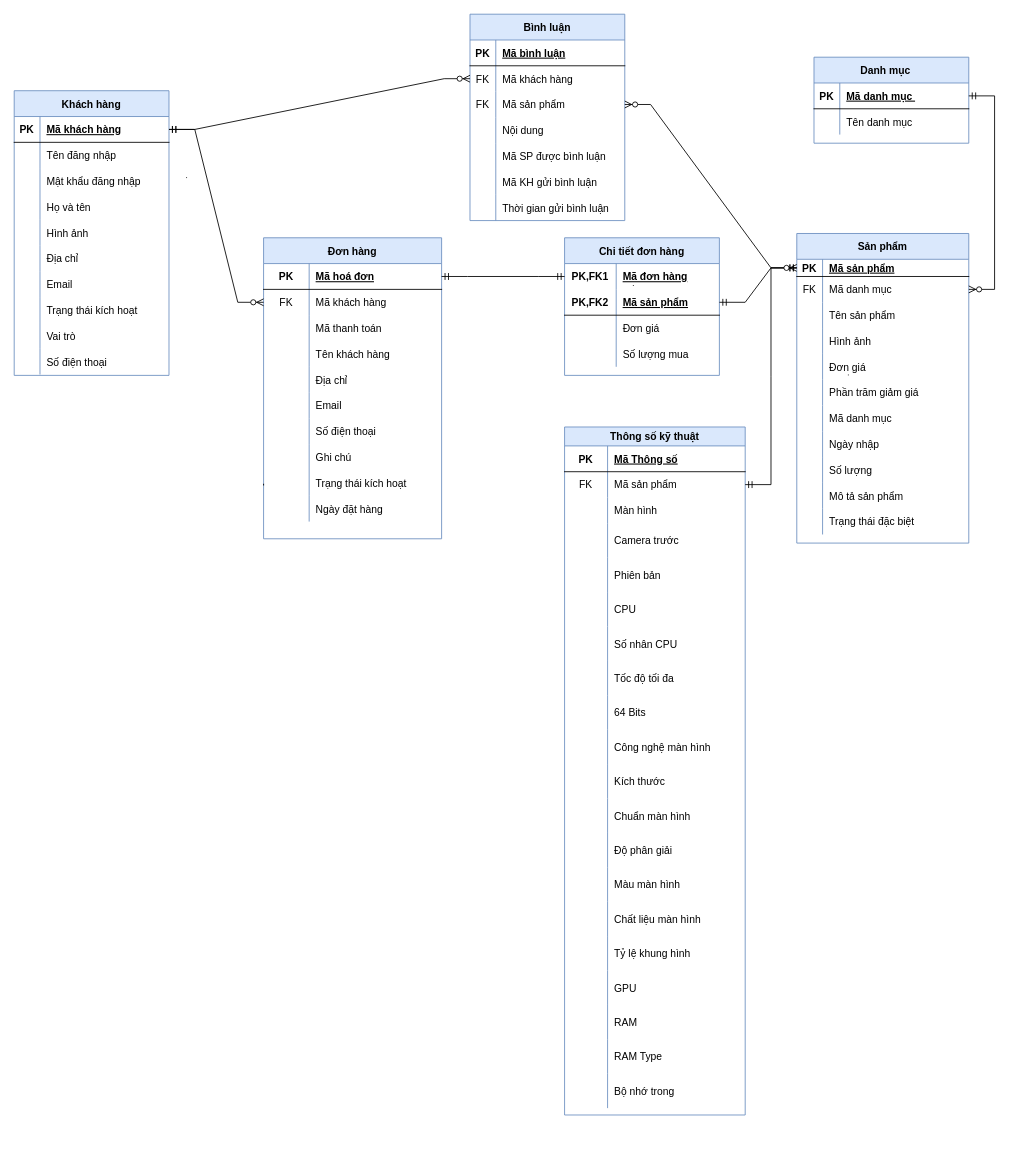
Before: Untitled Diagram.drawio in KhoantenKhoan/Team5, a draw.io diagram. Source tidied: cells renumbered, new cells numbered last; positions are measured from the earlier drawing's top-left corner, leaving out a move shared by most shapes. Both pictures are drawn from the tidied source at 86%, with x=0, y=0 at pixel (14, 14).
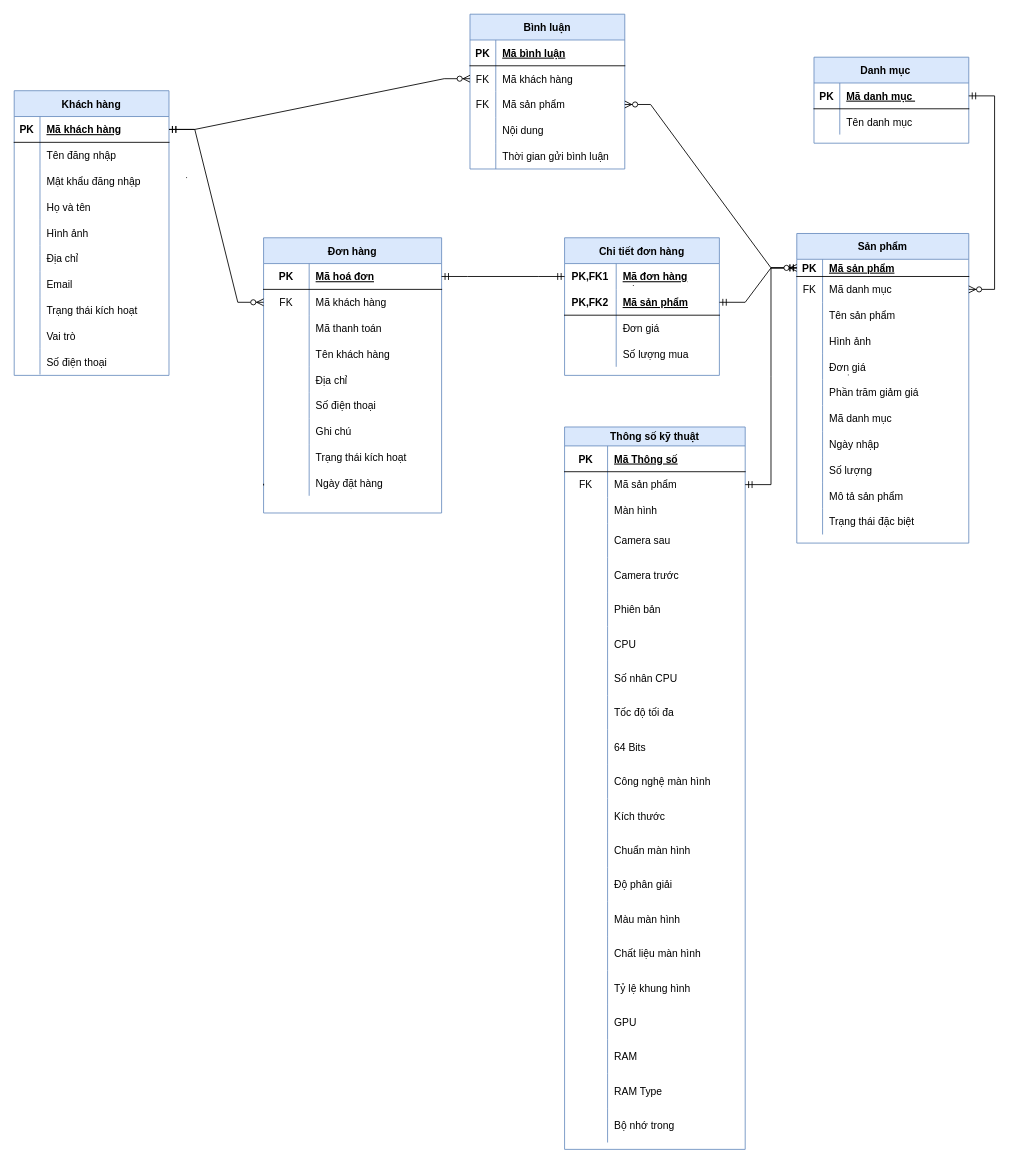
After the change.

Unchanged cells that the change refers to:
```xml
<mxCell id="12" style="shape=partialRectangle;fillColor=none;top=0;left=0;bottom=0;right=0;" parent="2" vertex="1">
  <mxGeometry y="112" width="210" height="40" as="geometry" />
</mxCell>
```

The edit, as a diff of the source:
```diff
@@
     <mxCell id="2" value="Thông số kỹ thuật" style="shape=table;startSize=22;childLayout=tableLayout;rowLines=0;fontStyle=1;align=center;fillColor=#dae8fc;strokeColor=#6c8ebf;" parent="1" vertex="1">
-      <mxGeometry x="640" y="480" width="210" height="800" as="geometry" />
+      <mxGeometry x="640" y="480" width="210" height="840" as="geometry" />
     </mxCell>
@@
-    <mxCell id="14" value="Camera trước" style="shape=partialRectangle;fillColor=none;top=0;left=0;bottom=0;right=0;align=left;spacingLeft=6;overflow=hidden;" parent="12" vertex="1">
+    <mxCell id="14" value="Camera sau" style="shape=partialRectangle;fillColor=none;top=0;left=0;bottom=0;right=0;align=left;spacingLeft=6;overflow=hidden;" parent="12" vertex="1">
       <mxGeometry x="50" width="160" height="40" as="geometry" />
     </mxCell>
+    <mxCell id="213" style="shape=partialRectangle;fillColor=none;top=0;left=0;bottom=0;right=0;" parent="2" vertex="1">
+      <mxGeometry y="152" width="210" height="40" as="geometry" />
+    </mxCell>
+    <mxCell id="214" style="shape=partialRectangle;fillColor=none;top=0;left=0;bottom=0;right=0;overflow=hidden;" parent="213" vertex="1">
+      <mxGeometry width="50" height="40" as="geometry" />
+    </mxCell>
+    <mxCell id="215" value="Camera trước" style="shape=partialRectangle;fillColor=none;top=0;left=0;bottom=0;right=0;align=left;spacingLeft=6;overflow=hidden;" parent="213" vertex="1">
+      <mxGeometry x="50" width="160" height="40" as="geometry" />
+    </mxCell>
     <mxCell id="15" style="shape=partialRectangle;fillColor=none;top=0;left=0;bottom=0;right=0;" parent="2" vertex="1">
-      <mxGeometry y="152" width="210" height="40" as="geometry" />
+      <mxGeometry y="192" width="210" height="40" as="geometry" />
     </mxCell>
@@
     <mxCell id="18" style="shape=partialRectangle;fillColor=none;top=0;left=0;bottom=0;right=0;" parent="2" vertex="1">
-      <mxGeometry y="192" width="210" height="40" as="geometry" />
+      <mxGeometry y="232" width="210" height="40" as="geometry" />
     </mxCell>
@@
     <mxCell id="21" style="shape=partialRectangle;fillColor=none;top=0;left=0;bottom=0;right=0;" parent="2" vertex="1">
-      <mxGeometry y="232" width="210" height="40" as="geometry" />
+      <mxGeometry y="272" width="210" height="40" as="geometry" />
     </mxCell>
@@
     <mxCell id="24" style="shape=partialRectangle;fillColor=none;top=0;left=0;bottom=0;right=0;" parent="2" vertex="1">
-      <mxGeometry y="272" width="210" height="40" as="geometry" />
+      <mxGeometry y="312" width="210" height="40" as="geometry" />
     </mxCell>
@@
     <mxCell id="27" style="shape=partialRectangle;fillColor=none;top=0;left=0;bottom=0;right=0;" parent="2" vertex="1">
-      <mxGeometry y="312" width="210" height="40" as="geometry" />
+      <mxGeometry y="352" width="210" height="40" as="geometry" />
     </mxCell>
@@
     <mxCell id="30" style="shape=partialRectangle;fillColor=none;top=0;left=0;bottom=0;right=0;" parent="2" vertex="1">
-      <mxGeometry y="352" width="210" height="40" as="geometry" />
+      <mxGeometry y="392" width="210" height="40" as="geometry" />
     </mxCell>
@@
     <mxCell id="33" style="shape=partialRectangle;fillColor=none;top=0;left=0;bottom=0;right=0;" parent="2" vertex="1">
-      <mxGeometry y="392" width="210" height="40" as="geometry" />
+      <mxGeometry y="432" width="210" height="40" as="geometry" />
     </mxCell>
@@
     <mxCell id="36" style="shape=partialRectangle;fillColor=none;top=0;left=0;bottom=0;right=0;" parent="2" vertex="1">
-      <mxGeometry y="432" width="210" height="40" as="geometry" />
+      <mxGeometry y="472" width="210" height="40" as="geometry" />
     </mxCell>
@@
     <mxCell id="39" style="shape=partialRectangle;fillColor=none;top=0;left=0;bottom=0;right=0;" parent="2" vertex="1">
-      <mxGeometry y="472" width="210" height="40" as="geometry" />
+      <mxGeometry y="512" width="210" height="40" as="geometry" />
     </mxCell>
@@
     <mxCell id="42" style="shape=partialRectangle;fillColor=none;top=0;left=0;bottom=0;right=0;" parent="2" vertex="1">
-      <mxGeometry y="512" width="210" height="40" as="geometry" />
+      <mxGeometry y="552" width="210" height="40" as="geometry" />
     </mxCell>
@@
     <mxCell id="45" style="shape=partialRectangle;fillColor=none;top=0;left=0;bottom=0;right=0;" parent="2" vertex="1">
-      <mxGeometry y="552" width="210" height="40" as="geometry" />
+      <mxGeometry y="592" width="210" height="40" as="geometry" />
     </mxCell>
@@
     <mxCell id="48" style="shape=partialRectangle;fillColor=none;top=0;left=0;bottom=0;right=0;" parent="2" vertex="1">
-      <mxGeometry y="592" width="210" height="40" as="geometry" />
+      <mxGeometry y="632" width="210" height="40" as="geometry" />
     </mxCell>
@@
     <mxCell id="51" style="shape=partialRectangle;fillColor=none;top=0;left=0;bottom=0;right=0;" parent="2" vertex="1">
-      <mxGeometry y="632" width="210" height="40" as="geometry" />
+      <mxGeometry y="672" width="210" height="40" as="geometry" />
     </mxCell>
@@
     <mxCell id="54" style="shape=partialRectangle;fillColor=none;top=0;left=0;bottom=0;right=0;" parent="2" vertex="1">
-      <mxGeometry y="672" width="210" height="40" as="geometry" />
+      <mxGeometry y="712" width="210" height="40" as="geometry" />
     </mxCell>
@@
     <mxCell id="57" style="shape=partialRectangle;fillColor=none;top=0;left=0;bottom=0;right=0;" parent="2" vertex="1">
-      <mxGeometry y="712" width="210" height="40" as="geometry" />
+      <mxGeometry y="752" width="210" height="40" as="geometry" />
     </mxCell>
@@
     <mxCell id="60" style="shape=partialRectangle;fillColor=none;top=0;left=0;bottom=0;right=0;" parent="2" vertex="1">
-      <mxGeometry y="752" width="210" height="40" as="geometry" />
+      <mxGeometry y="792" width="210" height="40" as="geometry" />
     </mxCell>
@@
     <mxCell id="135" value="Đơn hàng" style="shape=table;startSize=30;childLayout=tableLayout;rowLines=0;fontStyle=1;align=center;fillColor=#dae8fc;strokeColor=#6c8ebf;" parent="1" vertex="1">
-      <mxGeometry x="290" y="260" width="207" height="350" as="geometry" />
+      <mxGeometry x="290" y="260" width="207" height="320" as="geometry" />
     </mxCell>
@@
-    <mxCell id="151" style="shape=partialRectangle;fillColor=none;top=0;left=0;bottom=0;right=0;" parent="135" vertex="1">
-      <mxGeometry y="180" width="207" height="30" as="geometry" />
-    </mxCell>
-    <mxCell id="152" style="shape=partialRectangle;fillColor=none;top=0;left=0;bottom=0;right=0;overflow=hidden;" parent="151" vertex="1">
-      <mxGeometry width="53" height="30" as="geometry" />
-    </mxCell>
-    <mxCell id="153" value="Email" style="shape=partialRectangle;fillColor=none;top=0;left=0;bottom=0;right=0;align=left;spacingLeft=6;overflow=hidden;" parent="151" vertex="1">
-      <mxGeometry x="53" width="154" height="30" as="geometry" />
-    </mxCell>
     <mxCell id="154" style="shape=partialRectangle;fillColor=none;top=0;left=0;bottom=0;right=0;" parent="135" vertex="1">
-      <mxGeometry y="210" width="207" height="30" as="geometry" />
+      <mxGeometry y="180" width="207" height="30" as="geometry" />
     </mxCell>
@@
     <mxCell id="157" style="shape=partialRectangle;fillColor=none;top=0;left=0;bottom=0;right=0;" parent="135" vertex="1">
-      <mxGeometry y="240" width="207" height="30" as="geometry" />
+      <mxGeometry y="210" width="207" height="30" as="geometry" />
     </mxCell>
@@
     <mxCell id="160" style="shape=partialRectangle;fillColor=none;top=0;left=0;bottom=0;right=0;" parent="135" vertex="1">
-      <mxGeometry y="270" width="207" height="30" as="geometry" />
+      <mxGeometry y="240" width="207" height="30" as="geometry" />
     </mxCell>
@@
     <mxCell id="163" style="shape=partialRectangle;fillColor=none;top=0;left=0;bottom=0;right=0;" parent="135" vertex="1">
-      <mxGeometry y="300" width="207" height="30" as="geometry" />
+      <mxGeometry y="270" width="207" height="30" as="geometry" />
     </mxCell>
@@
     <mxCell id="179" value="Bình luận" style="shape=table;startSize=30;childLayout=tableLayout;rowLines=0;fontStyle=1;align=center;fillColor=#dae8fc;strokeColor=#6c8ebf;" parent="1" vertex="1">
-      <mxGeometry x="530" width="180" height="240" as="geometry" />
+      <mxGeometry x="530" width="180" height="180" as="geometry" />
     </mxCell>
@@
-    <mxCell id="192" style="shape=partialRectangle;fillColor=none;top=0;left=0;bottom=0;right=0;" parent="179" vertex="1">
-      <mxGeometry y="150" width="180" height="30" as="geometry" />
-    </mxCell>
-    <mxCell id="193" style="shape=partialRectangle;fillColor=none;top=0;left=0;bottom=0;right=0;overflow=hidden;" parent="192" vertex="1">
-      <mxGeometry width="30" height="30" as="geometry" />
-    </mxCell>
-    <mxCell id="194" value="Mã SP được bình luận" style="shape=partialRectangle;fillColor=none;top=0;left=0;bottom=0;right=0;align=left;spacingLeft=6;overflow=hidden;" parent="192" vertex="1">
-      <mxGeometry x="30" width="150" height="30" as="geometry" />
-    </mxCell>
-    <mxCell id="195" style="shape=partialRectangle;fillColor=none;top=0;left=0;bottom=0;right=0;" parent="179" vertex="1">
-      <mxGeometry y="180" width="180" height="30" as="geometry" />
-    </mxCell>
-    <mxCell id="196" style="shape=partialRectangle;fillColor=none;top=0;left=0;bottom=0;right=0;overflow=hidden;" parent="195" vertex="1">
-      <mxGeometry width="30" height="30" as="geometry" />
-    </mxCell>
-    <mxCell id="197" value="Mã KH gửi bình luận" style="shape=partialRectangle;fillColor=none;top=0;left=0;bottom=0;right=0;align=left;spacingLeft=6;overflow=hidden;" parent="195" vertex="1">
-      <mxGeometry x="30" width="150" height="30" as="geometry" />
-    </mxCell>
     <mxCell id="198" style="shape=partialRectangle;fillColor=none;top=0;left=0;bottom=0;right=0;" parent="179" vertex="1">
-      <mxGeometry y="210" width="180" height="30" as="geometry" />
+      <mxGeometry y="150" width="180" height="30" as="geometry" />
     </mxCell>
```
